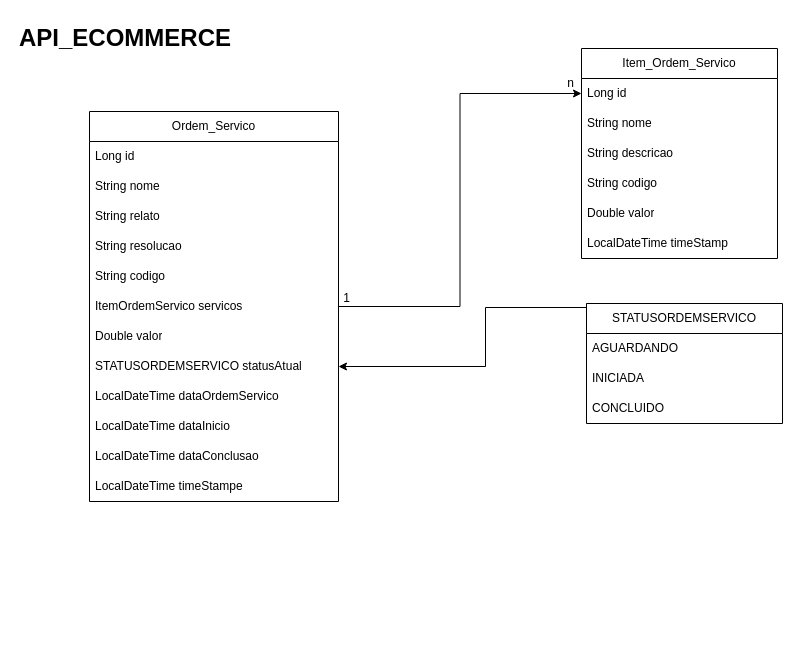
Earlier version of the draw.io diagram page "Diagrama de entidade e relacionamento API_ECOMMERCE" (1 of 9) of Doc/Diagrama de Entidade e Relacionamento.drawio (marcelquin/new-Backend-project-Services-FullStack). Source tidied: cells renumbered, new cells numbered last; positions are measured from the earlier drawing's top-left corner, leaving out a move shared by most shapes. Both pictures are drawn from the tidied source at 100%, with x=0, y=0 at pixel (17, 17).
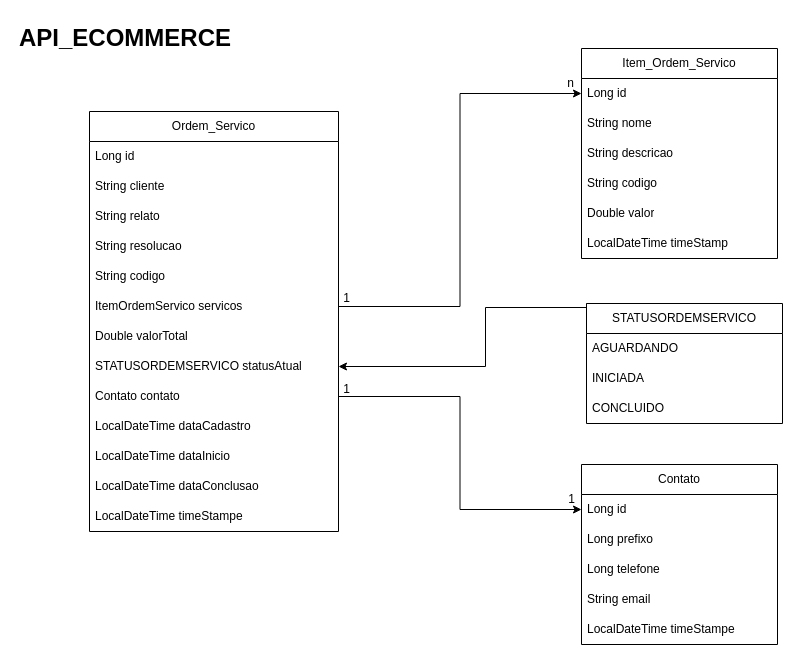
Above is the later version.

What changed in the source:
```diff
@@
     <mxCell id="3" value="Ordem_Servico" style="swimlane;fontStyle=0;horizontal=1;startSize=30;whiteSpace=wrap;html=1;" parent="1" vertex="1">
-      <mxGeometry x="72" y="94" width="249" height="390" as="geometry" />
+      <mxGeometry x="72" y="94" width="249" height="420" as="geometry" />
     </mxCell>
@@
-    <mxCell id="5" value="String nome" style="text;strokeColor=none;fillColor=none;align=left;verticalAlign=middle;spacingLeft=4;spacingRight=4;overflow=hidden;whiteSpace=wrap;html=1;" parent="3" vertex="1">
+    <mxCell id="5" value="String cliente" style="text;strokeColor=none;fillColor=none;align=left;verticalAlign=middle;spacingLeft=4;spacingRight=4;overflow=hidden;whiteSpace=wrap;html=1;" parent="3" vertex="1">
       <mxGeometry y="60" width="249" height="30" as="geometry" />
     </mxCell>
@@
-    <mxCell id="10" value="Double valor" style="text;strokeColor=none;fillColor=none;align=left;verticalAlign=middle;spacingLeft=4;spacingRight=4;overflow=hidden;whiteSpace=wrap;html=1;" parent="3" vertex="1">
+    <mxCell id="10" value="Double valorTotal" style="text;strokeColor=none;fillColor=none;align=left;verticalAlign=middle;spacingLeft=4;spacingRight=4;overflow=hidden;whiteSpace=wrap;html=1;" parent="3" vertex="1">
       <mxGeometry y="210" width="249" height="30" as="geometry" />
     </mxCell>
@@
+    <mxCell id="31" value="Contato contato" style="text;strokeColor=none;fillColor=none;align=left;verticalAlign=middle;spacingLeft=4;spacingRight=4;overflow=hidden;points=[[0,0.5],[1,0.5]];portConstraint=eastwest;whiteSpace=wrap;html=1;" parent="3" vertex="1">
+      <mxGeometry y="270" width="249" height="30" as="geometry" />
+    </mxCell>
-    <mxCell id="12" value="LocalDateTime dataOrdemServico" style="text;strokeColor=none;fillColor=none;align=left;verticalAlign=middle;spacingLeft=4;spacingRight=4;overflow=hidden;whiteSpace=wrap;html=1;" parent="3" vertex="1">
-      <mxGeometry y="270" width="249" height="30" as="geometry" />
+    <mxCell id="12" value="LocalDateTime dataCadastro" style="text;strokeColor=none;fillColor=none;align=left;verticalAlign=middle;spacingLeft=4;spacingRight=4;overflow=hidden;whiteSpace=wrap;html=1;" parent="3" vertex="1">
+      <mxGeometry y="300" width="249" height="30" as="geometry" />
     </mxCell>
     <mxCell id="13" value="LocalDateTime dataInicio" style="text;strokeColor=none;fillColor=none;align=left;verticalAlign=middle;spacingLeft=4;spacingRight=4;overflow=hidden;whiteSpace=wrap;html=1;" parent="3" vertex="1">
-      <mxGeometry y="300" width="249" height="30" as="geometry" />
+      <mxGeometry y="330" width="249" height="30" as="geometry" />
     </mxCell>
     <mxCell id="14" value="LocalDateTime dataConclusao" style="text;strokeColor=none;fillColor=none;align=left;verticalAlign=middle;spacingLeft=4;spacingRight=4;overflow=hidden;whiteSpace=wrap;html=1;" parent="3" vertex="1">
-      <mxGeometry y="330" width="249" height="30" as="geometry" />
+      <mxGeometry y="360" width="249" height="30" as="geometry" />
     </mxCell>
     <mxCell id="15" value="LocalDateTime timeStampe" style="text;strokeColor=none;fillColor=none;align=left;verticalAlign=middle;spacingLeft=4;spacingRight=4;overflow=hidden;whiteSpace=wrap;html=1;" parent="3" vertex="1">
-      <mxGeometry y="360" width="249" height="30" as="geometry" />
+      <mxGeometry y="390" width="249" height="30" as="geometry" />
     </mxCell>
@@
+    <mxCell id="32" value="&lt;span style=&quot;text-align: left;&quot;&gt;Contato&lt;/span&gt;" style="swimlane;fontStyle=0;horizontal=1;startSize=30;whiteSpace=wrap;html=1;" parent="1" vertex="1">
+      <mxGeometry x="564" y="447" width="196" height="180" as="geometry" />
+    </mxCell>
+    <mxCell id="33" value="Long id" style="text;strokeColor=none;fillColor=none;align=left;verticalAlign=middle;spacingLeft=4;spacingRight=4;overflow=hidden;points=[[0,0.5],[1,0.5]];portConstraint=eastwest;whiteSpace=wrap;html=1;" parent="32" vertex="1">
+      <mxGeometry y="30" width="196" height="30" as="geometry" />
+    </mxCell>
+    <mxCell id="34" value="Long prefixo" style="text;strokeColor=none;fillColor=none;align=left;verticalAlign=middle;spacingLeft=4;spacingRight=4;overflow=hidden;whiteSpace=wrap;html=1;" parent="32" vertex="1">
+      <mxGeometry y="60" width="196" height="30" as="geometry" />
+    </mxCell>
+    <mxCell id="35" value="Long telefone" style="text;strokeColor=none;fillColor=none;align=left;verticalAlign=middle;spacingLeft=4;spacingRight=4;overflow=hidden;whiteSpace=wrap;html=1;" parent="32" vertex="1">
+      <mxGeometry y="90" width="196" height="30" as="geometry" />
+    </mxCell>
+    <mxCell id="36" value="String email" style="text;strokeColor=none;fillColor=none;align=left;verticalAlign=middle;spacingLeft=4;spacingRight=4;overflow=hidden;whiteSpace=wrap;html=1;" parent="32" vertex="1">
+      <mxGeometry y="120" width="196" height="30" as="geometry" />
+    </mxCell>
+    <mxCell id="37" value="LocalDateTime timeStampe" style="text;strokeColor=none;fillColor=none;align=left;verticalAlign=middle;spacingLeft=4;spacingRight=4;overflow=hidden;whiteSpace=wrap;html=1;" parent="32" vertex="1">
+      <mxGeometry y="150" width="196" height="30" as="geometry" />
+    </mxCell>
+    <mxCell id="38" value="1" style="text;html=1;align=center;verticalAlign=middle;strokeColor=none;fillColor=none;" parent="1" vertex="1">
+      <mxGeometry x="316" y="359" width="25" height="26" as="geometry" />
+    </mxCell>
+    <mxCell id="39" value="1" style="text;html=1;align=center;verticalAlign=middle;strokeColor=none;fillColor=none;" parent="1" vertex="1">
+      <mxGeometry x="541" y="469" width="25" height="26" as="geometry" />
+    </mxCell>
+    <mxCell id="40" style="edgeStyle=orthogonalEdgeStyle;rounded=0;jettySize=auto;html=1;exitX=1;exitY=0.5;exitDx=0;exitDy=0;entryX=0;entryY=0.5;entryDx=0;entryDy=0;" parent="1" edge="1" source="31" target="33">
+      <mxGeometry relative="1" as="geometry" />
+    </mxCell>
```
